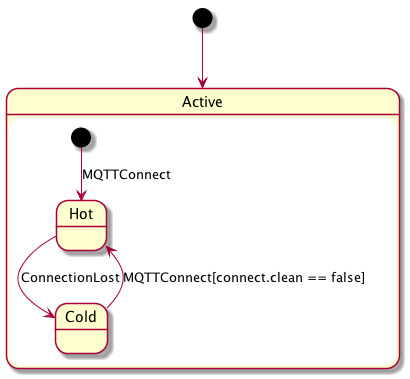
Before: src/main/plantuml/session/state.png, a diagram exported from PlantUML (codecentric/maschinen_meister).
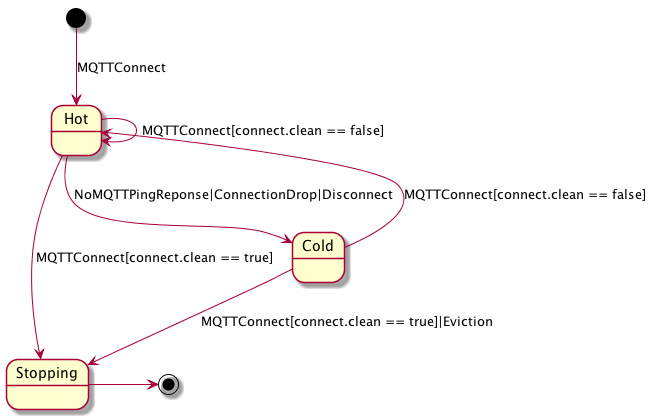
The same diagram one commit later.

Commit message:
First draft completed on session state diagram

The edit, as a diff of the source:
```diff
@@ -1,11 +1,15 @@
 @startuml
 
-[*] --> Active
 
-state Active {
-    [*] --> Hot: MQTTConnect
-    Hot --> Cold: ConnectionLost
-    Cold --> Hot: MQTTConnect[connect.clean == false]
-}
+[*] --> Hot: MQTTConnect
+Hot --> Cold: NoMQTTPingReponse|ConnectionDrop|Disconnect
+Hot --> Hot: MQTTConnect[connect.clean == false]
+Cold --> Hot: MQTTConnect[connect.clean == false]
+
+
+Hot --> Stopping: MQTTConnect[connect.clean == true]
+Cold --> Stopping: MQTTConnect[connect.clean == true]|Eviction
+
+Stopping -> [*]
 
 @enduml
```
